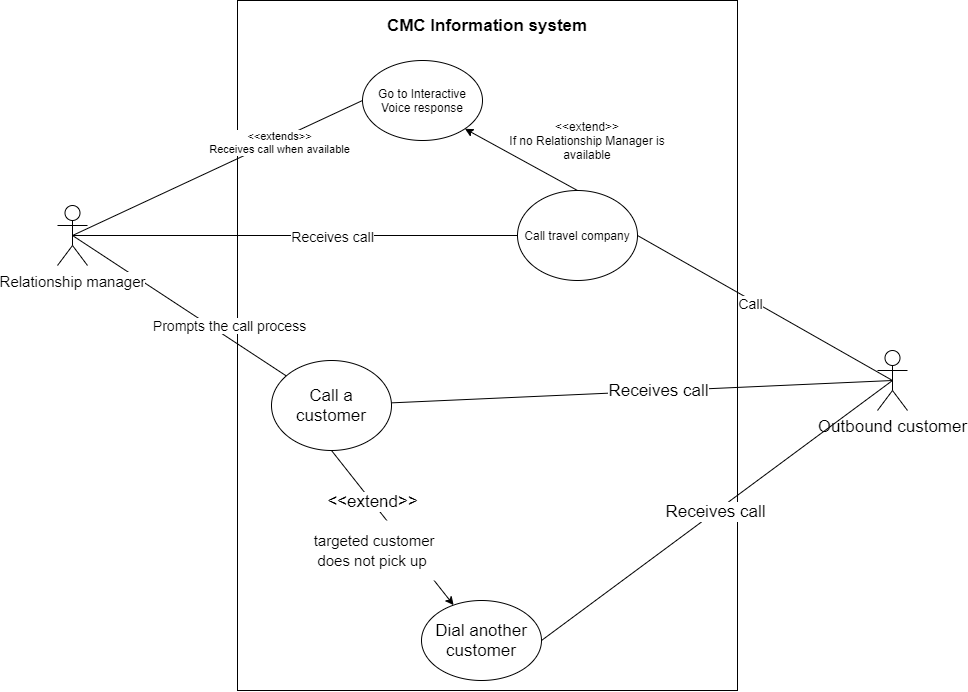
The draw.io diagram Folder for workproducts and models/Use case diagram "inbound and outbound".png in tharlon7/ADJMT, before a commit. Source tidied: cells renumbered, new cells last; positions are measured from the earlier drawing's top-left corner, leaving out a move shared by most shapes.
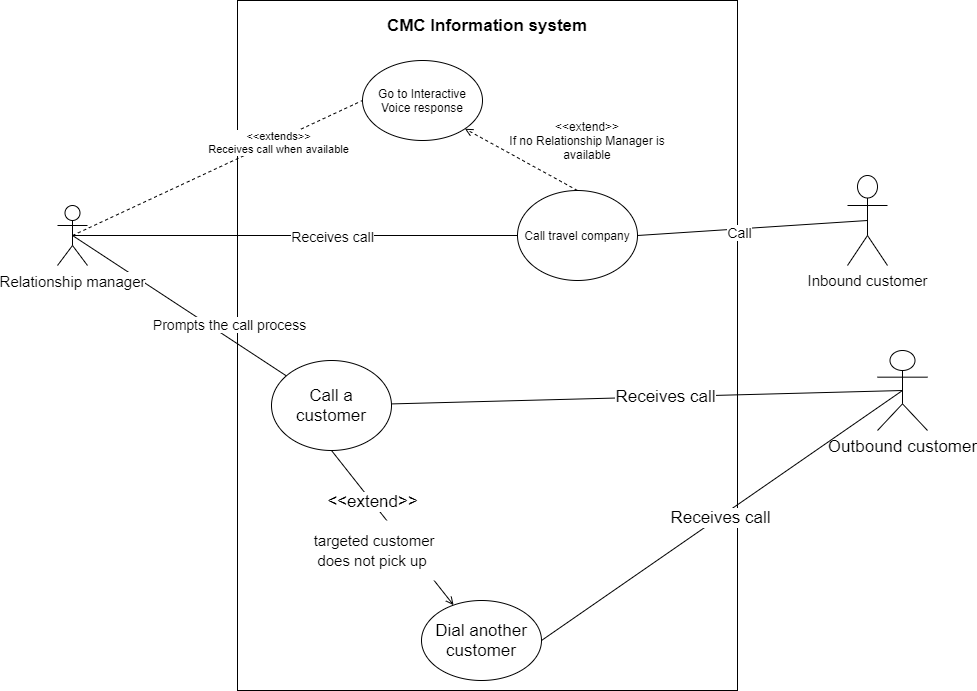
After the commit.

Commit message:
included tharlon's changes

What changed in the source:
```diff
@@ -16,7 +16,7 @@
         <mxPoint x="32.9" y="7.6" as="offset" />
       </mxGeometry>
     </mxCell>
-    <mxCell id="6" style="rounded=0;jettySize=auto;html=1;exitX=0.5;exitY=0.5;exitDx=0;exitDy=0;exitPerimeter=0;entryX=0;entryY=0.5;entryDx=0;entryDy=0;endArrow=none;endFill=0;" parent="1" edge="1" source="8" target="25">
+    <mxCell id="6" style="rounded=0;jettySize=auto;html=1;exitX=0.5;exitY=0.5;exitDx=0;exitDy=0;exitPerimeter=0;entryX=0;entryY=0.5;entryDx=0;entryDy=0;endArrow=none;endFill=0;dashed=1;" parent="1" edge="1" source="8" target="25">
       <mxGeometry relative="1" as="geometry" />
     </mxCell>
     <mxCell id="7" value="&amp;lt;&amp;lt;extends&amp;gt;&amp;gt;&lt;br&gt;Receives call when available" style="edgeLabel;html=1;align=center;verticalAlign=middle;" parent="6" vertex="1">
@@ -36,9 +36,9 @@
       </mxGeometry>
     </mxCell>
     <mxCell id="11" value="Outbound customer" style="shape=umlActor;verticalLabelPosition=bottom;labelBackgroundColor=#ffffff;verticalAlign=top;html=1;outlineConnect=0;fontSize=17;" parent="1" vertex="1">
-      <mxGeometry x="820" y="350" width="30" height="60" as="geometry" />
+      <mxGeometry x="820" y="350" width="50" height="80" as="geometry" />
     </mxCell>
-    <mxCell id="12" style="edgeStyle=none;rounded=0;jettySize=auto;html=1;exitX=0.5;exitY=1;exitDx=0;exitDy=0;endArrow=classic;endFill=1;fontSize=17;" parent="1" edge="1" source="14" target="17">
+    <mxCell id="12" style="edgeStyle=none;rounded=0;jettySize=auto;html=1;exitX=0.5;exitY=1;exitDx=0;exitDy=0;endArrow=open;endFill=0;fontSize=17;" parent="1" edge="1" source="14" target="17">
       <mxGeometry relative="1" as="geometry" />
     </mxCell>
     <mxCell id="13" value="&amp;lt;&amp;lt;extend&amp;gt;&amp;gt;" style="edgeLabel;html=1;align=center;verticalAlign=middle;fontSize=17;" parent="12" vertex="1">
@@ -63,10 +63,10 @@
     <mxCell id="18" value="&lt;font style=&quot;font-size: 15px&quot;&gt;&amp;nbsp;targeted customer does not pick up&lt;/font&gt;" style="text;html=1;strokeColor=none;fillColor=#ffffff;align=center;verticalAlign=middle;whiteSpace=wrap;rounded=0;fontSize=17;" parent="1" vertex="1">
       <mxGeometry x="240" y="520" width="150" height="60" as="geometry" />
     </mxCell>
-    <mxCell id="19" style="edgeStyle=none;rounded=0;jettySize=auto;html=1;exitX=0.5;exitY=0;exitDx=0;exitDy=0;entryX=1;entryY=1;entryDx=0;entryDy=0;endArrow=classic;endFill=1;" parent="1" edge="1" source="24" target="25">
+    <mxCell id="19" style="edgeStyle=none;rounded=0;jettySize=auto;html=1;exitX=0.5;exitY=0;exitDx=0;exitDy=0;entryX=1;entryY=1;entryDx=0;entryDy=0;endArrow=open;endFill=0;dashed=1;" parent="1" edge="1" source="24" target="25">
       <mxGeometry relative="1" as="geometry" />
     </mxCell>
-    <mxCell id="20" style="edgeStyle=none;rounded=0;jettySize=auto;html=1;exitX=1;exitY=0.5;exitDx=0;exitDy=0;entryX=0.5;entryY=0.5;entryDx=0;entryDy=0;entryPerimeter=0;endArrow=none;endFill=0;fontSize=14;" parent="1" edge="1" source="24" target="11">
+    <mxCell id="20" style="edgeStyle=none;rounded=0;jettySize=auto;html=1;exitX=1;exitY=0.5;exitDx=0;exitDy=0;entryX=0.5;entryY=0.5;entryDx=0;entryDy=0;entryPerimeter=0;endArrow=none;endFill=0;fontSize=14;" parent="1" edge="1" source="24" target="27">
       <mxGeometry relative="1" as="geometry" />
     </mxCell>
     <mxCell id="21" value="Call" style="edgeLabel;html=1;align=center;verticalAlign=middle;fontSize=14;" parent="20" vertex="1">
@@ -89,5 +89,8 @@
     <mxCell id="26" value="&amp;lt;&amp;lt;extend&amp;gt;&amp;gt;&lt;br&gt;If no Relationship Manager is available" style="text;html=1;strokeColor=none;fillColor=none;align=center;verticalAlign=middle;whiteSpace=wrap;rounded=0;" parent="1" vertex="1">
       <mxGeometry x="440" y="130" width="180" height="20" as="geometry" />
     </mxCell>
+    <mxCell id="27" value="&lt;font style=&quot;font-size: 15px&quot;&gt;Inbound customer&lt;/font&gt;" style="shape=umlActor;verticalLabelPosition=bottom;labelBackgroundColor=#ffffff;verticalAlign=top;html=1;outlineConnect=0;" parent="1" vertex="1">
+      <mxGeometry x="790" y="175" width="40" height="90" as="geometry" />
+    </mxCell>
   </root>
 </mxGraphModel>
```
